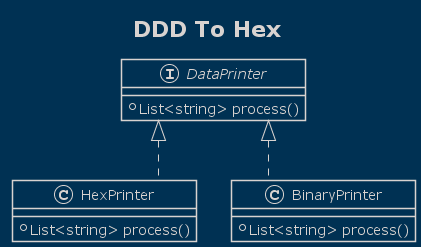
Vvamp/BinToHex keeps this PlantUML diagram as docs/ddd2hex.png. Above is the earlier version.
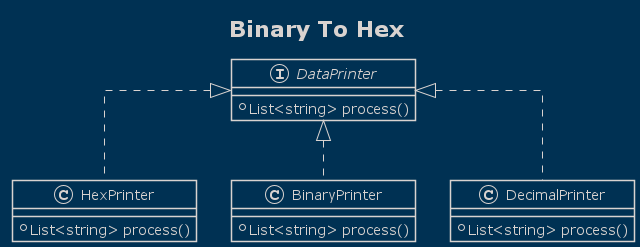
After the change.

The edit, as a diff of the source:
```diff
@@ -3,7 +3,7 @@
 skinparam linetype ortho
 skinparam setdpi 900
 scale 1
-title "DDD To Hex"
+title "Binary To Hex"
 
 interface DataPrinter{
     + List<string> process()
@@ -17,5 +17,9 @@
     + List<string> process()
 }
 
+class DecimalPrinter implements DataPrinter{
+    + List<string> process()
+}
+
 
 @enduml
```
